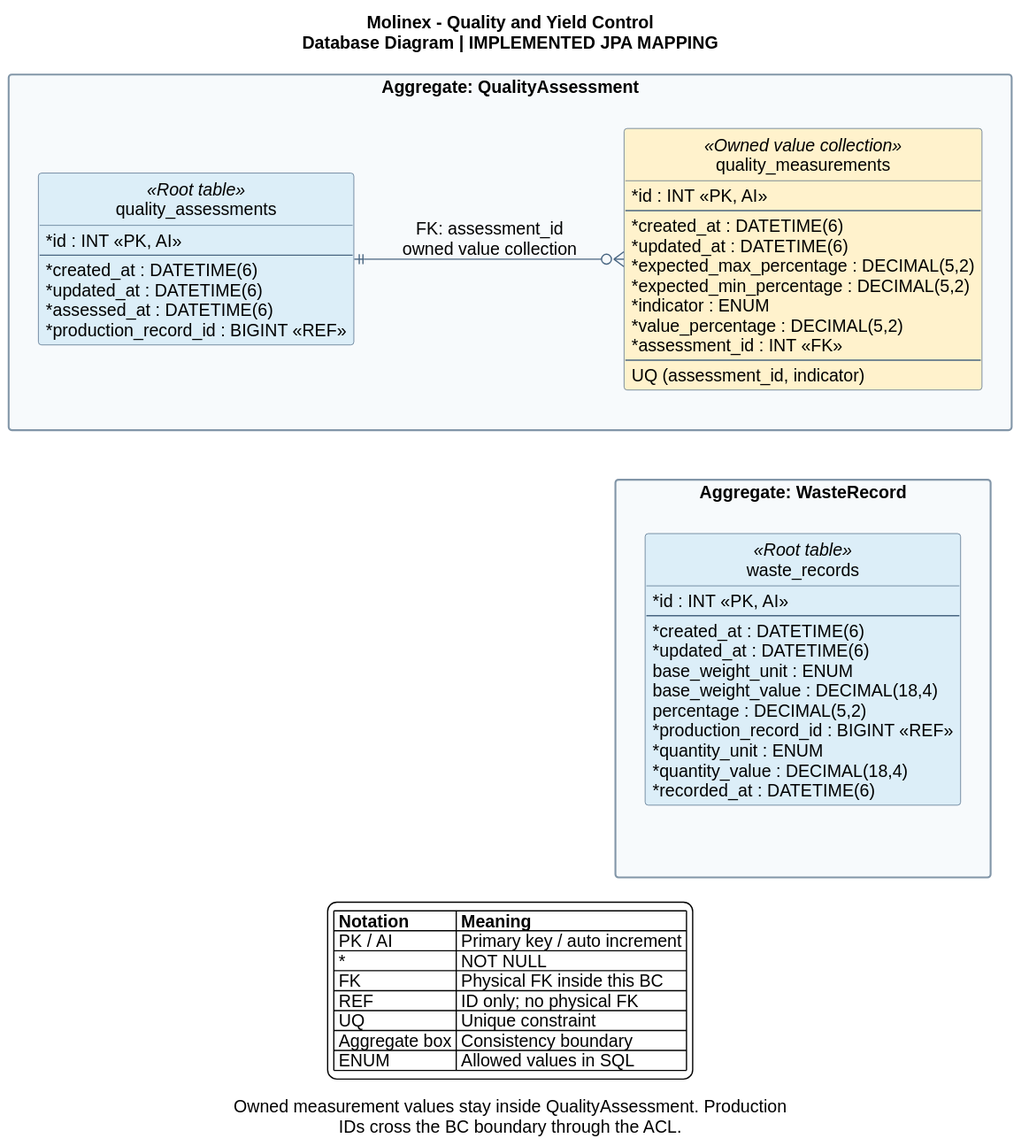
Earlier version of the PlantUML export assets/Images Chapter 4/Database Design/Database Diagrams/quality-yield-control-database.svg (Vanguard-open-source/molinex-report).
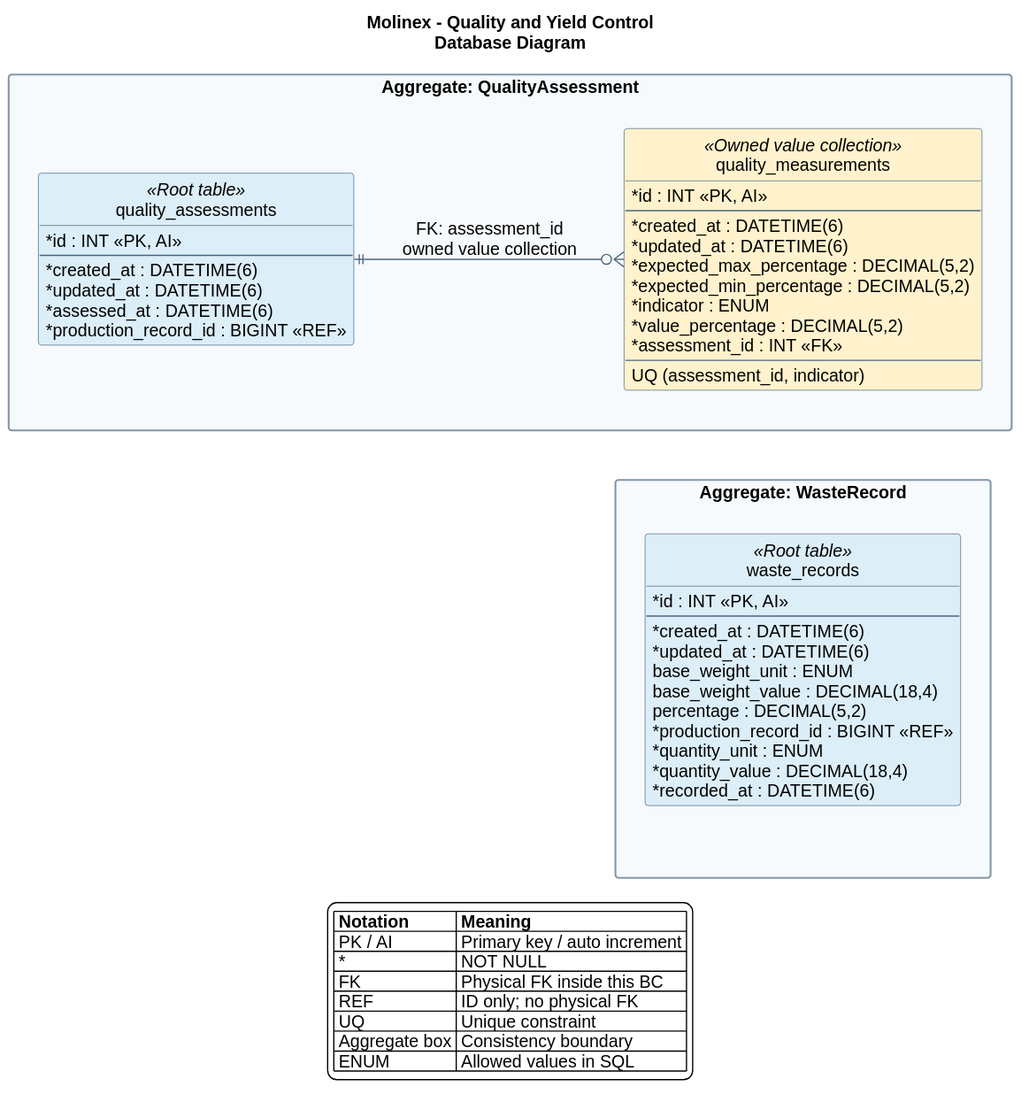
The same diagram one commit later.

Change to the diagram source:
```diff
@@ -13,11 +13,7 @@
 skinparam ranksep 75
 skinparam classBorderColor #486581
 skinparam packageBorderColor #8296A8
-title Molinex - Quality and Yield Control\nDatabase Diagram | IMPLEMENTED JPA MAPPING
-caption
-Owned measurement values stay inside QualityAssessment. Production
-IDs cross the BC boundary through the ACL.
-endcaption
+title Molinex - Quality and Yield Control\nDatabase Diagram
 package "Aggregate: QualityAssessment" as aggregate_0 #F7FAFC {
 entity "quality_assessments" as quality_assessments <<Root table>> #DCEEF8 {
   * id : INT <<PK, AI>>
```
